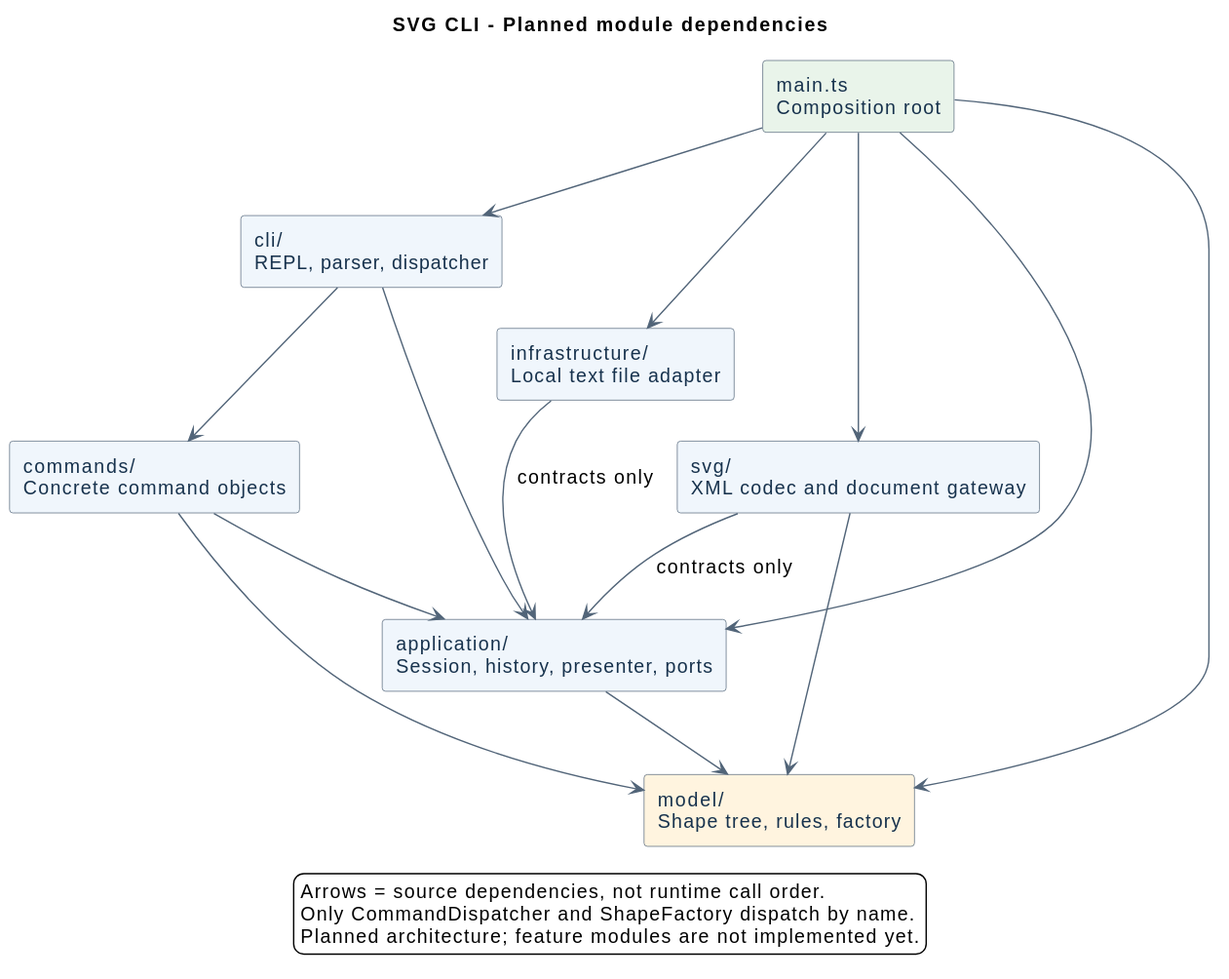
This is doc/architecture.svg from tsx543/svg-editor, a PlantUML export, as it was before one commit.
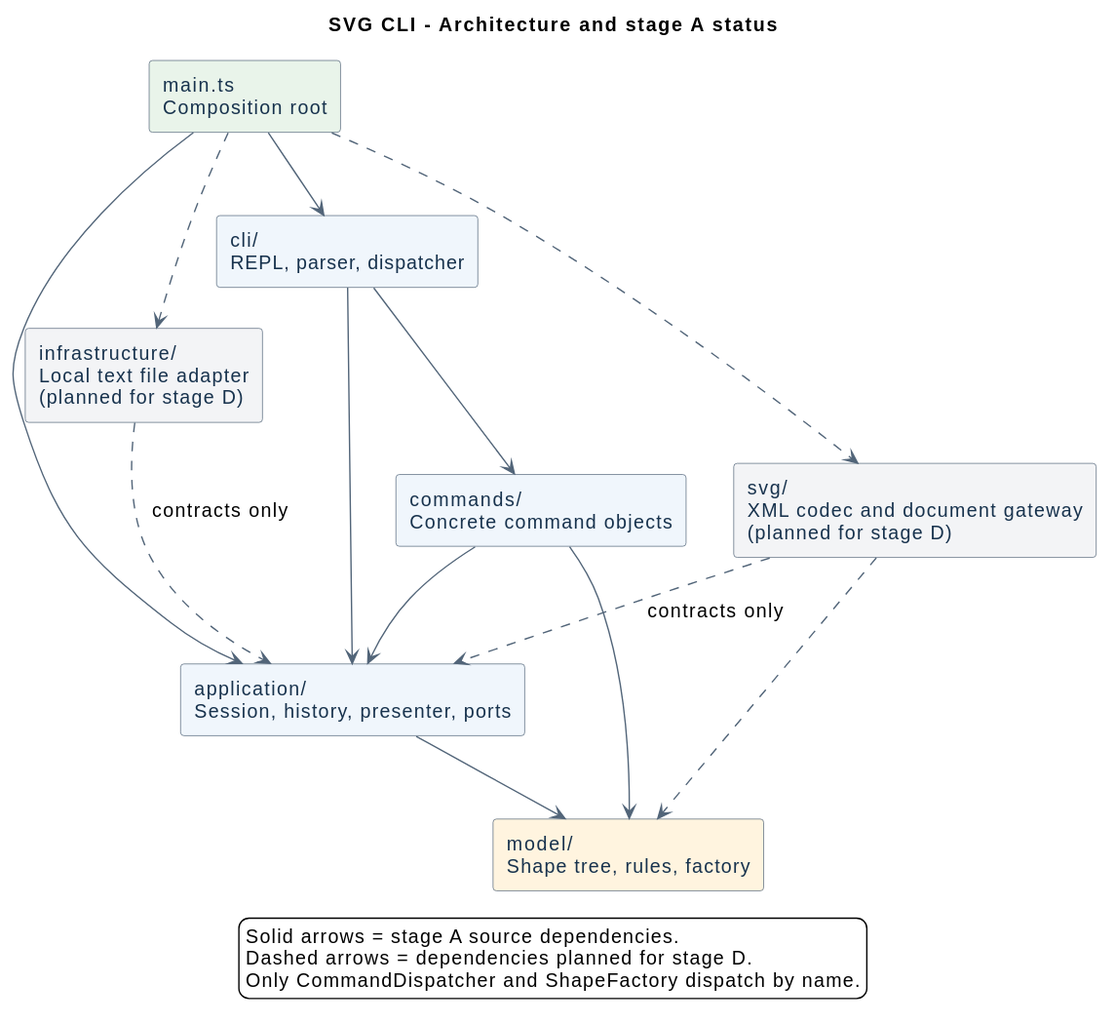
The same diagram one commit later.

Commit message:
docs: record stage A validation and implementation status

Diff of the diagram source:
```diff
@@ -1,5 +1,5 @@
 @startuml
-title SVG CLI - Planned module dependencies
+title SVG CLI - Architecture and stage A status
 top to bottom direction
 skinparam componentStyle rectangle
 skinparam shadowing false
@@ -18,26 +18,25 @@
 component "commands/\nConcrete command objects" as Commands
 component "application/\nSession, history, presenter, ports" as Application
 component "model/\nShape tree, rules, factory" as Model #FFF4DF
-component "svg/\nXML codec and document gateway" as Svg
-component "infrastructure/\nLocal text file adapter" as Infrastructure
+component "svg/\nXML codec and document gateway\n(planned for stage D)" as Svg #F3F4F6
+component "infrastructure/\nLocal text file adapter\n(planned for stage D)" as Infrastructure #F3F4F6
 
 Main --> Cli
 Main --> Application
-Main --> Model
-Main --> Svg
-Main --> Infrastructure
+Main ..> Svg
+Main ..> Infrastructure
 Cli --> Commands
 Cli --> Application
 Commands --> Application
 Commands --> Model
 Application --> Model
-Svg --> Model
-Svg --> Application : contracts only
-Infrastructure --> Application : contracts only
+Svg ..> Model
+Svg ..> Application : contracts only
+Infrastructure ..> Application : contracts only
 
 legend bottom
-  Arrows = source dependencies, not runtime call order.
+  Solid arrows = stage A source dependencies.
+  Dashed arrows = dependencies planned for stage D.
   Only CommandDispatcher and ShapeFactory dispatch by name.
-  Planned architecture; feature modules are not implemented yet.
 endlegend
 @enduml
```
